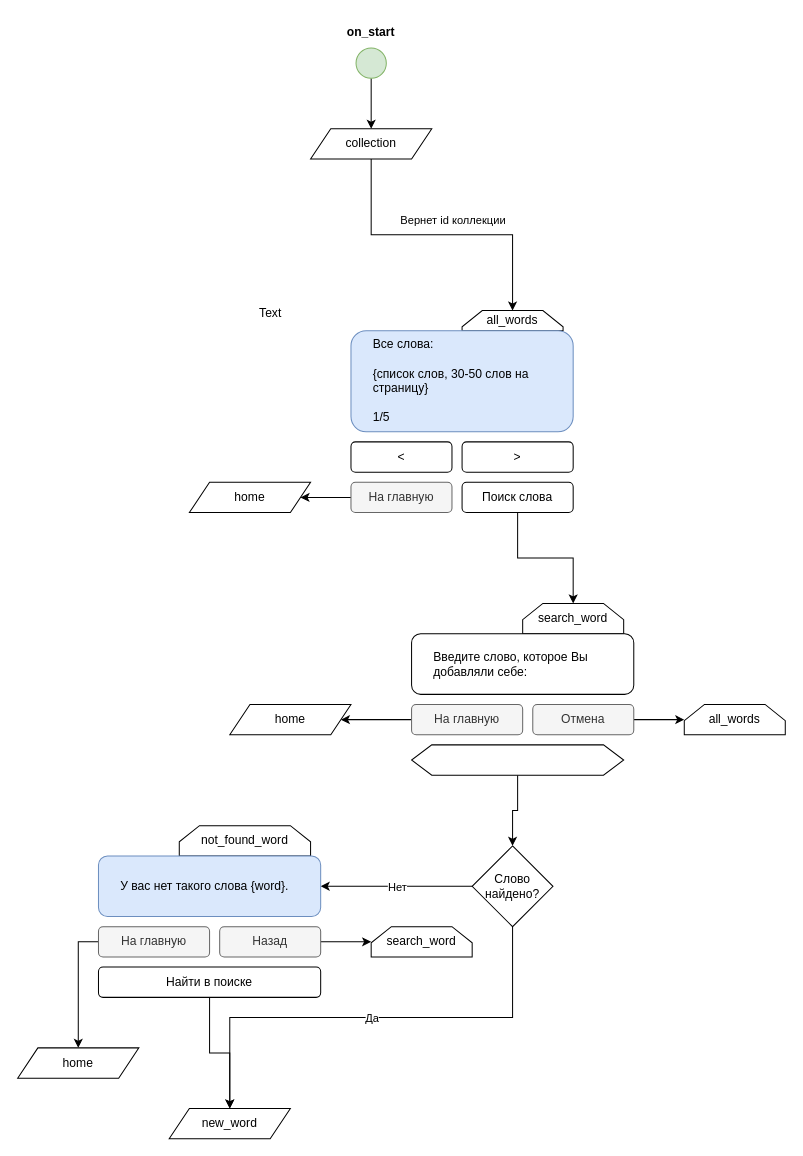
pasha-danilevich/lexi-bot keeps this draw.io diagram as page "all_words" (3 of 8) of lexi-bot.drawio. Above is the earlier version. Source tidied: cells renumbered, new cells numbered last; positions are measured from the earlier drawing's top-left corner, leaving out a move shared by most shapes. Both pictures are drawn from the tidied source at 101%, with x=0, y=0 at pixel (17, 17).
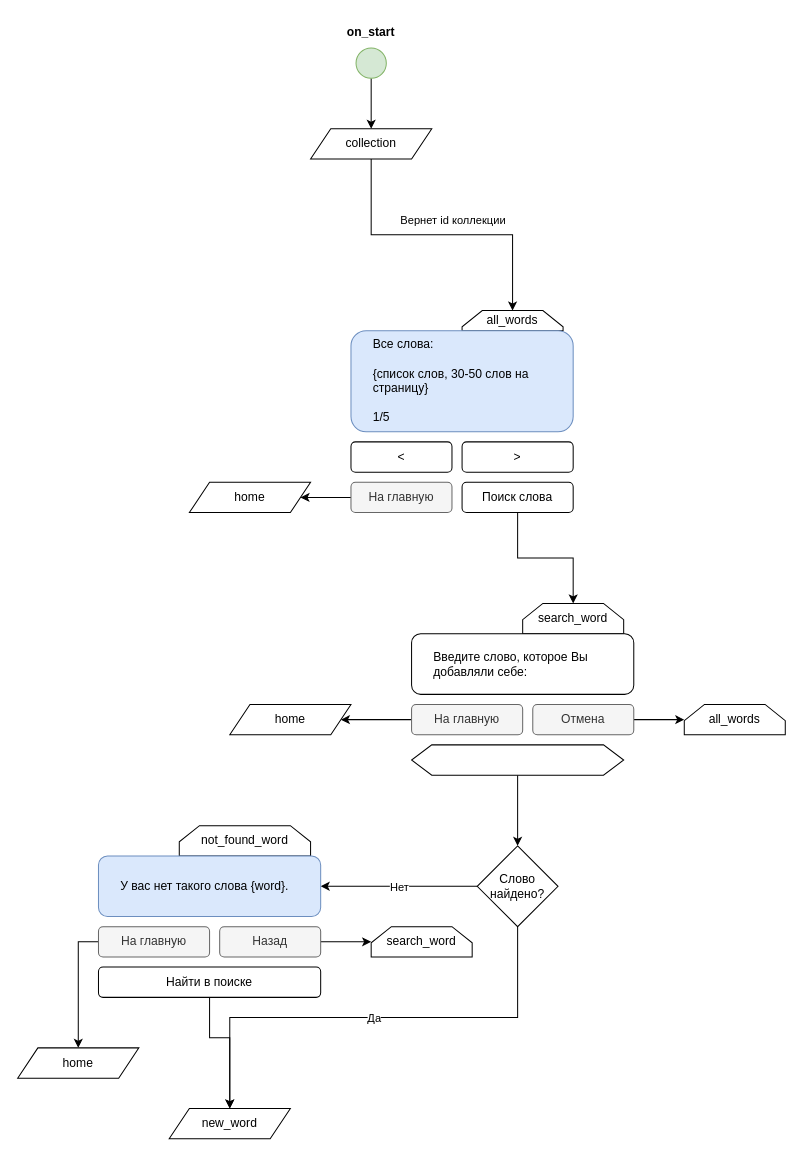
After the change.

The change refers to these unchanged cells:
```xml
<mxCell id="17" value="Найти в поиске" style="rounded=1;whiteSpace=wrap;html=1;spacingLeft=0;align=center;" parent="1" vertex="1">
  <mxGeometry x="80" y="940" width="220" height="30" as="geometry" />
</mxCell>
<mxCell id="42" value="new_word" style="shape=parallelogram;perimeter=parallelogramPerimeter;whiteSpace=wrap;html=1;fixedSize=1;" parent="1" vertex="1">
  <mxGeometry x="150" y="1080" width="120" height="30" as="geometry" />
</mxCell>
```

The edit, as a diff of the source:
```diff
@@
     <mxCell id="13" value="Слово найдено?" style="rhombus;whiteSpace=wrap;html=1;" parent="1" vertex="1">
-      <mxGeometry x="450" y="820" width="80" height="80" as="geometry" />
+      <mxGeometry x="455" y="820" width="80" height="80" as="geometry" />
     </mxCell>
@@
     <mxCell id="16" style="edgeStyle=orthogonalEdgeStyle;rounded=0;jettySize=auto;html=1;exitX=0.5;exitY=1;exitDx=0;exitDy=0;" parent="1" edge="1" source="17" target="42">
-      <mxGeometry relative="1" as="geometry" />
+      <mxGeometry relative="1" as="geometry">
+        <Array as="points">
+          <mxPoint x="190" y="1010" />
+          <mxPoint x="210" y="1010" />
+        </Array>
+      </mxGeometry>
     </mxCell>
@@
-    <mxCell id="43" value="Text" style="text;html=1;align=center;verticalAlign=middle;strokeColor=none;fillColor=none;" parent="1" vertex="1">
-      <mxGeometry x="225" y="278" width="50" height="30" as="geometry" />
-    </mxCell>
```
